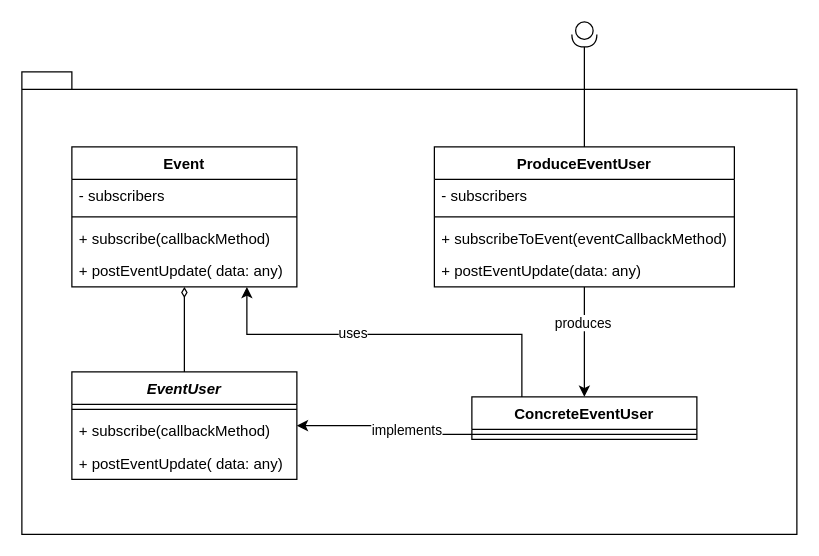
Uhgtred/Car_Infotainment_System keeps this draw.io diagram as Events/Architecture/EventManager.drawio. Above is the earlier version. Source tidied: cells renumbered, new cells numbered last; positions are measured from the earlier drawing's top-left corner, leaving out a move shared by most shapes. Both pictures are drawn from the tidied source at 125%, with x=0, y=0 at pixel (21, 21).
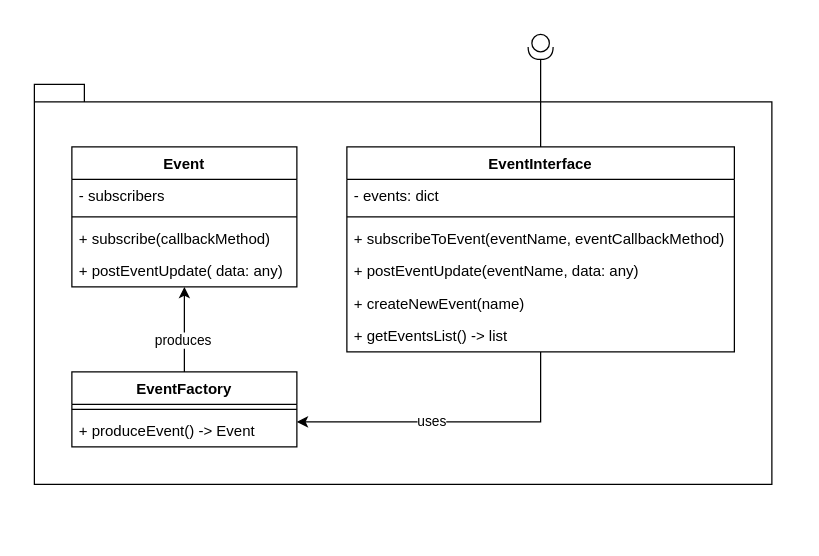
The same diagram, later.

Unchanged cells that the change refers to:
```xml
<mxCell id="3" value="Event" style="swimlane;fontStyle=1;align=center;verticalAlign=top;horizontal=1;startSize=26;" parent="1" vertex="1">
  <mxGeometry x="40" y="100" width="180" height="112" as="geometry" />
</mxCell>
```

What changed in the source:
```diff
@@
     <mxCell id="2" style="shape=folder;fontStyle=1;spacingTop=10;tabWidth=40;tabHeight=14;tabPosition=left;html=1;" parent="1" vertex="1">
-      <mxGeometry y="40" width="620" height="370" as="geometry" />
+      <mxGeometry x="10" y="50" width="590" height="320" as="geometry" />
     </mxCell>
@@
-    <mxCell id="8" style="edgeStyle=orthogonalEdgeStyle;rounded=0;jettySize=auto;html=1;" parent="1" edge="1" source="10" target="24">
-      <mxGeometry relative="1" as="geometry">
-        <Array as="points">
-          <mxPoint x="450" y="240" />
-          <mxPoint x="450" y="240" />
-        </Array>
-      </mxGeometry>
-    </mxCell>
-    <mxCell id="9" value="produces" style="edgeLabel;html=1;align=center;verticalAlign=middle;" parent="8" vertex="1">
-      <mxGeometry x="-0.37" y="-2" relative="1" as="geometry" />
-    </mxCell>
+    <mxCell id="28" style="edgeStyle=orthogonalEdgeStyle;rounded=0;jettySize=auto;html=1;" parent="1" edge="1" source="10" target="32">
+      <mxGeometry relative="1" as="geometry">
+        <Array as="points">
+          <mxPoint x="415" y="320" />
+        </Array>
+      </mxGeometry>
+    </mxCell>
+    <mxCell id="23" value="uses" style="edgeLabel;html=1;align=center;verticalAlign=middle;" parent="28" vertex="1">
+      <mxGeometry x="0.15" y="-1" relative="1" as="geometry" />
+    </mxCell>
-    <mxCell id="10" value="ProduceEventUser" style="swimlane;fontStyle=1;align=center;verticalAlign=top;horizontal=1;startSize=26;" parent="1" vertex="1">
-      <mxGeometry x="330" y="100" width="240" height="112" as="geometry" />
+    <mxCell id="10" value="EventInterface" style="swimlane;fontStyle=1;align=center;verticalAlign=top;horizontal=1;startSize=26;" parent="1" vertex="1">
+      <mxGeometry x="260" y="100" width="310" height="164" as="geometry" />
     </mxCell>
-    <mxCell id="11" value="- subscribers" style="text;strokeColor=none;fillColor=none;align=left;verticalAlign=top;spacingLeft=4;spacingRight=4;overflow=hidden;" parent="10" vertex="1">
-      <mxGeometry y="26" width="240" height="26" as="geometry" />
+    <mxCell id="11" value="- events: dict" style="text;strokeColor=none;fillColor=none;align=left;verticalAlign=top;spacingLeft=4;spacingRight=4;overflow=hidden;" parent="10" vertex="1">
+      <mxGeometry y="26" width="310" height="26" as="geometry" />
     </mxCell>
     <mxCell id="12" style="line;strokeWidth=1;fillColor=none;align=left;verticalAlign=middle;spacingTop=-1;spacingLeft=3;spacingRight=3;labelPosition=right;strokeColor=inherit;" parent="10" vertex="1">
-      <mxGeometry y="52" width="240" height="8" as="geometry" />
+      <mxGeometry y="52" width="310" height="8" as="geometry" />
     </mxCell>
-    <mxCell id="13" value="+ subscribeToEvent(eventCallbackMethod)" style="text;strokeColor=none;fillColor=none;align=left;verticalAlign=top;spacingLeft=4;spacingRight=4;overflow=hidden;" parent="10" vertex="1">
-      <mxGeometry y="60" width="240" height="26" as="geometry" />
+    <mxCell id="13" value="+ subscribeToEvent(eventName, eventCallbackMethod)" style="text;strokeColor=none;fillColor=none;align=left;verticalAlign=top;spacingLeft=4;spacingRight=4;overflow=hidden;" parent="10" vertex="1">
+      <mxGeometry y="60" width="310" height="26" as="geometry" />
     </mxCell>
-    <mxCell id="14" value="+ postEventUpdate(data: any)" style="text;strokeColor=none;fillColor=none;align=left;verticalAlign=top;spacingLeft=4;spacingRight=4;overflow=hidden;" parent="10" vertex="1">
-      <mxGeometry y="86" width="240" height="26" as="geometry" />
+    <mxCell id="14" value="+ postEventUpdate(eventName, data: any)" style="text;strokeColor=none;fillColor=none;align=left;verticalAlign=top;spacingLeft=4;spacingRight=4;overflow=hidden;" parent="10" vertex="1">
+      <mxGeometry y="86" width="310" height="26" as="geometry" />
     </mxCell>
-    <mxCell id="15" style="edgeStyle=orthogonalEdgeStyle;rounded=0;jettySize=auto;html=1;endArrow=diamondThin;endFill=0;" parent="1" edge="1" source="16" target="3">
-      <mxGeometry relative="1" as="geometry" />
-    </mxCell>
-    <mxCell id="16" value="EventUser" style="swimlane;fontStyle=3;align=center;verticalAlign=top;horizontal=1;startSize=26;" parent="1" vertex="1">
-      <mxGeometry x="40" y="280" width="180" height="86" as="geometry" />
-    </mxCell>
-    <mxCell id="17" style="line;strokeWidth=1;fillColor=none;align=left;verticalAlign=middle;spacingTop=-1;spacingLeft=3;spacingRight=3;labelPosition=right;strokeColor=inherit;" parent="16" vertex="1">
-      <mxGeometry y="26" width="180" height="8" as="geometry" />
-    </mxCell>
-    <mxCell id="18" value="+ subscribe(callbackMethod)" style="text;strokeColor=none;fillColor=none;align=left;verticalAlign=top;spacingLeft=4;spacingRight=4;overflow=hidden;" parent="16" vertex="1">
-      <mxGeometry y="34" width="180" height="26" as="geometry" />
-    </mxCell>
-    <mxCell id="19" value="+ postEventUpdate( data: any)" style="text;strokeColor=none;fillColor=none;align=left;verticalAlign=top;spacingLeft=4;spacingRight=4;overflow=hidden;" parent="16" vertex="1">
-      <mxGeometry y="60" width="180" height="26" as="geometry" />
-    </mxCell>
+    <mxCell id="29" value="+ createNewEvent(name)" style="text;strokeColor=none;fillColor=none;align=left;verticalAlign=top;spacingLeft=4;spacingRight=4;overflow=hidden;" parent="10" vertex="1">
+      <mxGeometry y="112" width="310" height="26" as="geometry" />
+    </mxCell>
+    <mxCell id="30" value="+ getEventsList() -&gt; list" style="text;strokeColor=none;fillColor=none;align=left;verticalAlign=top;spacingLeft=4;spacingRight=4;overflow=hidden;" parent="10" vertex="1">
+      <mxGeometry y="138" width="310" height="26" as="geometry" />
+    </mxCell>
@@
     <mxCell id="21" style="shape=providedRequiredInterface;html=1;verticalLabelPosition=bottom;sketch=0;rotation=90;" parent="1" vertex="1">
-      <mxGeometry x="440" width="20" height="20" as="geometry" />
+      <mxGeometry x="405" y="10" width="20" height="20" as="geometry" />
     </mxCell>
-    <mxCell id="22" style="edgeStyle=orthogonalEdgeStyle;rounded=0;jettySize=auto;html=1;" parent="1" edge="1" source="24" target="3">
-      <mxGeometry relative="1" as="geometry">
-        <Array as="points">
-          <mxPoint x="400" y="250" />
-          <mxPoint x="180" y="250" />
-        </Array>
-      </mxGeometry>
-    </mxCell>
-    <mxCell id="23" value="uses" style="edgeLabel;html=1;align=center;verticalAlign=middle;" parent="22" vertex="1">
-      <mxGeometry x="0.21" y="-2" relative="1" as="geometry" />
-    </mxCell>
-    <mxCell id="24" value="ConcreteEventUser" style="swimlane;fontStyle=1;align=center;verticalAlign=top;horizontal=1;startSize=26;" parent="1" vertex="1">
-      <mxGeometry x="360" y="300" width="180" height="34" as="geometry" />
-    </mxCell>
-    <mxCell id="25" style="line;strokeWidth=1;fillColor=none;align=left;verticalAlign=middle;spacingTop=-1;spacingLeft=3;spacingRight=3;labelPosition=right;points=[];portConstraint=eastwest;strokeColor=inherit;" parent="24" vertex="1">
-      <mxGeometry y="26" width="180" height="8" as="geometry" />
-    </mxCell>
-    <mxCell id="26" style="edgeStyle=orthogonalEdgeStyle;rounded=0;jettySize=auto;html=1;" parent="1" edge="1" source="25" target="16">
-      <mxGeometry relative="1" as="geometry" />
-    </mxCell>
-    <mxCell id="27" value="implements" style="edgeLabel;html=1;align=center;verticalAlign=middle;" parent="26" vertex="1">
-      <mxGeometry x="-0.28" y="-2" relative="1" as="geometry">
-        <mxPoint y="-2" as="offset" />
-      </mxGeometry>
-    </mxCell>
+    <mxCell id="31" style="edgeStyle=orthogonalEdgeStyle;rounded=0;jettySize=auto;html=1;" parent="1" edge="1" source="32" target="3">
+      <mxGeometry relative="1" as="geometry" />
+    </mxCell>
+    <mxCell id="9" value="produces" style="edgeLabel;html=1;align=center;verticalAlign=middle;" parent="31" vertex="1">
+      <mxGeometry x="-0.23" y="2" relative="1" as="geometry" />
+    </mxCell>
+    <mxCell id="32" value="EventFactory" style="swimlane;fontStyle=1;align=center;verticalAlign=top;horizontal=1;startSize=26;" parent="1" vertex="1">
+      <mxGeometry x="40" y="280" width="180" height="60" as="geometry" />
+    </mxCell>
+    <mxCell id="33" style="line;strokeWidth=1;fillColor=none;align=left;verticalAlign=middle;spacingTop=-1;spacingLeft=3;spacingRight=3;labelPosition=right;strokeColor=inherit;" parent="32" vertex="1">
+      <mxGeometry y="26" width="180" height="8" as="geometry" />
+    </mxCell>
+    <mxCell id="34" value="+ produceEvent() -&gt; Event" style="text;strokeColor=none;fillColor=none;align=left;verticalAlign=top;spacingLeft=4;spacingRight=4;overflow=hidden;" parent="32" vertex="1">
+      <mxGeometry y="34" width="180" height="26" as="geometry" />
+    </mxCell>
```
